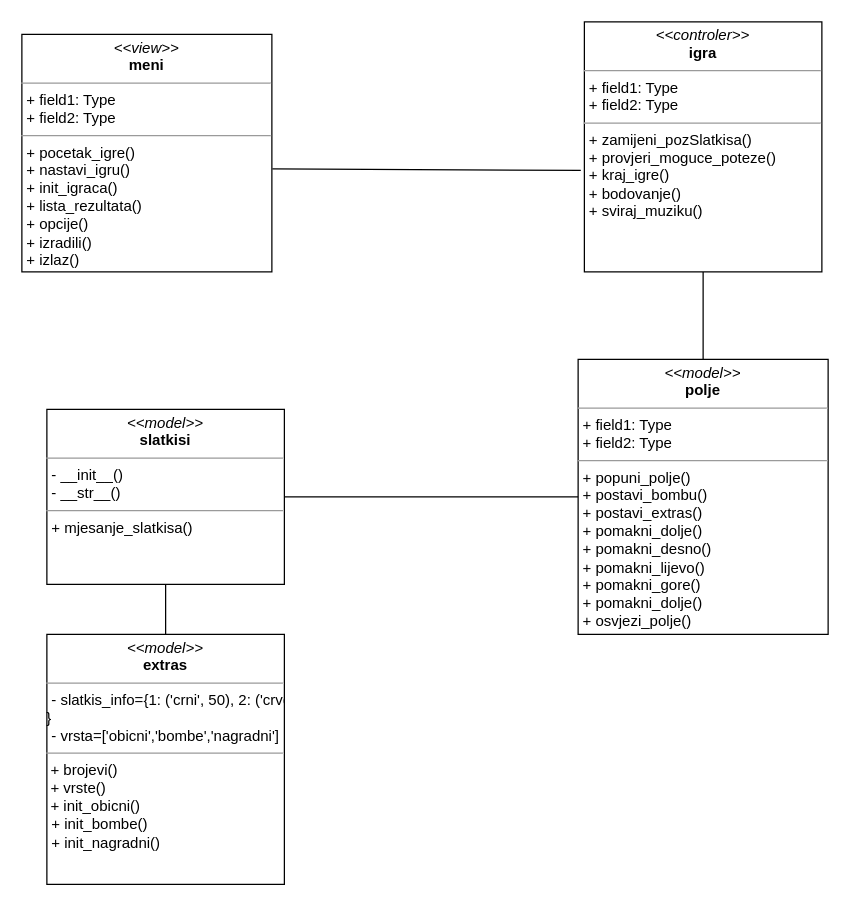
Aytoozi/Match-3-puzzle keeps this draw.io diagram as page "MVC" (7 of 9) of Dijagram.drawio. Above is the earlier version. Source tidied: cells renumbered, new cells numbered last; positions are measured from the earlier drawing's top-left corner, leaving out a move shared by most shapes. Both pictures are drawn from the tidied source at 125%, with x=0, y=0 at pixel (21, 21).
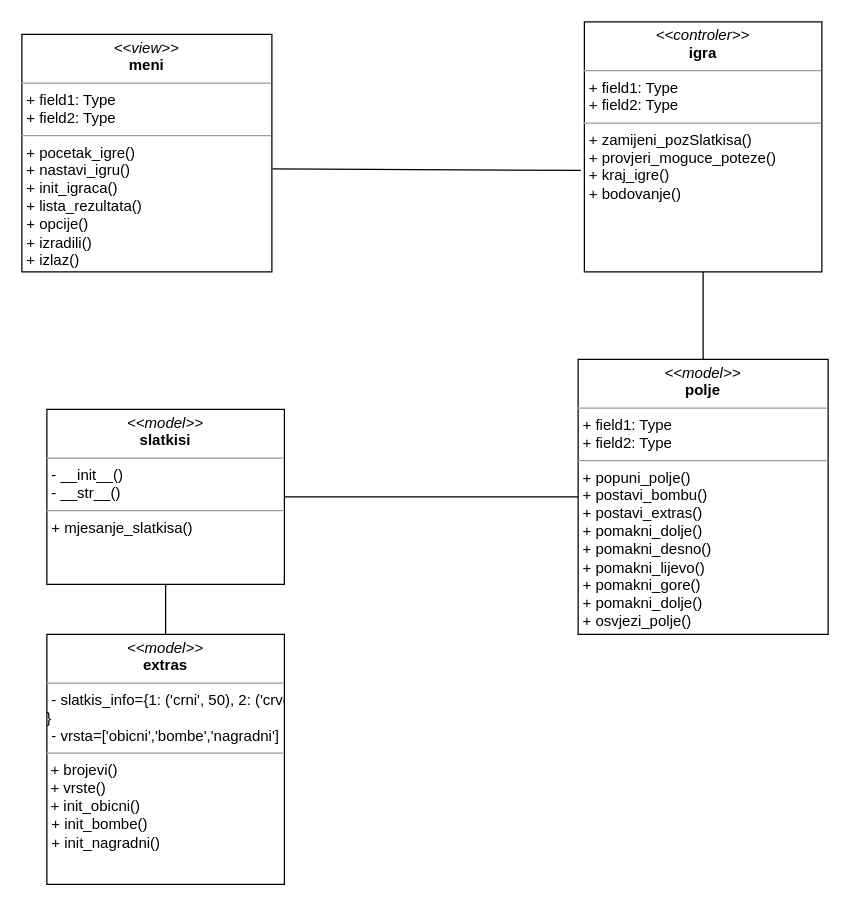
After the change.

Change to the diagram source:
```diff
@@
 <mxGraphModel>
   <root>
     <mxCell id="0" />
     <mxCell id="1" parent="0" />
     <mxCell id="2" value="&lt;p style=&quot;margin: 0px ; margin-top: 4px ; text-align: center&quot;&gt;&lt;i&gt;&amp;lt;&amp;lt;view&amp;gt;&amp;gt;&lt;/i&gt;&lt;br&gt;&lt;b&gt;meni&lt;/b&gt;&lt;/p&gt;&lt;hr size=&quot;1&quot;&gt;&lt;p style=&quot;margin: 0px ; margin-left: 4px&quot;&gt;+ field1: Type&lt;br&gt;+ field2: Type&lt;/p&gt;&lt;hr size=&quot;1&quot;&gt;&lt;p style=&quot;margin: 0px ; margin-left: 4px&quot;&gt;+ pocetak_igre()&lt;/p&gt;&lt;p style=&quot;margin: 0px ; margin-left: 4px&quot;&gt;+ nastavi_igru()&lt;br&gt;+ init_igraca()&lt;/p&gt;&lt;p style=&quot;margin: 0px ; margin-left: 4px&quot;&gt;+ lista_rezultata()&lt;/p&gt;&lt;p style=&quot;margin: 0px ; margin-left: 4px&quot;&gt;+ opcije()&lt;/p&gt;&lt;p style=&quot;margin: 0px ; margin-left: 4px&quot;&gt;+ izradili()&lt;/p&gt;&lt;p style=&quot;margin: 0px ; margin-left: 4px&quot;&gt;+ izlaz()&lt;/p&gt;" style="verticalAlign=top;align=left;overflow=fill;fontSize=12;fontFamily=Helvetica;html=1;" parent="1" vertex="1">
       <mxGeometry y="10" width="200" height="190" as="geometry" />
     </mxCell>
     <mxCell id="3" value="&lt;p style=&quot;margin: 0px ; margin-top: 4px ; text-align: center&quot;&gt;&lt;i&gt;&amp;lt;&amp;lt;model&amp;gt;&amp;gt;&lt;/i&gt;&lt;br&gt;&lt;b&gt;polje&lt;/b&gt;&lt;/p&gt;&lt;hr size=&quot;1&quot;&gt;&lt;p style=&quot;margin: 0px ; margin-left: 4px&quot;&gt;+ field1: Type&lt;br&gt;+ field2: Type&lt;/p&gt;&lt;hr size=&quot;1&quot;&gt;&lt;p style=&quot;margin: 0px ; margin-left: 4px&quot;&gt;+ popuni_polje()&lt;/p&gt;&lt;p style=&quot;margin: 0px ; margin-left: 4px&quot;&gt;+ postavi_bombu()&lt;/p&gt;&lt;p style=&quot;margin: 0px ; margin-left: 4px&quot;&gt;+ postavi_extras()&lt;/p&gt;&lt;p style=&quot;margin: 0px ; margin-left: 4px&quot;&gt;+ pomakni_dolje()&lt;/p&gt;&lt;p style=&quot;margin: 0px ; margin-left: 4px&quot;&gt;+ pomakni_desno()&lt;/p&gt;&lt;p style=&quot;margin: 0px ; margin-left: 4px&quot;&gt;+ pomakni_lijevo()&lt;br&gt;&lt;/p&gt;&lt;p style=&quot;margin: 0px ; margin-left: 4px&quot;&gt;+ pomakni_gore()&lt;br&gt;&lt;/p&gt;&lt;p style=&quot;margin: 0px ; margin-left: 4px&quot;&gt;+ pomakni_dolje()&lt;br&gt;&lt;/p&gt;&lt;p style=&quot;margin: 0px ; margin-left: 4px&quot;&gt;+ osvjezi_polje()&lt;/p&gt;" style="verticalAlign=top;align=left;overflow=fill;fontSize=12;fontFamily=Helvetica;html=1;" parent="1" vertex="1">
       <mxGeometry x="445" y="270" width="200" height="220" as="geometry" />
     </mxCell>
     <mxCell id="4" value="&lt;p style=&quot;margin: 0px ; margin-top: 4px ; text-align: center&quot;&gt;&lt;i&gt;&amp;lt;&amp;lt;&lt;/i&gt;&lt;i&gt;model&lt;/i&gt;&lt;i&gt;&amp;gt;&amp;gt;&lt;/i&gt;&lt;br&gt;&lt;b&gt;slatkisi&lt;/b&gt;&lt;/p&gt;&lt;hr size=&quot;1&quot;&gt;&lt;p style=&quot;margin: 0px ; margin-left: 4px&quot;&gt;- __init__()&lt;br&gt;- __str__()&lt;/p&gt;&lt;hr size=&quot;1&quot;&gt;&lt;p style=&quot;margin: 0px ; margin-left: 4px&quot;&gt;+ mjesanje_slatkisa()&lt;/p&gt;&lt;p style=&quot;margin: 0px ; margin-left: 4px&quot;&gt;&lt;br&gt;&lt;/p&gt;" style="verticalAlign=top;align=left;overflow=fill;fontSize=12;fontFamily=Helvetica;html=1;" parent="1" vertex="1">
       <mxGeometry x="20" y="310" width="190" height="140" as="geometry" />
     </mxCell>
-    <mxCell id="5" value="&lt;p style=&quot;margin: 0px ; margin-top: 4px ; text-align: center&quot;&gt;&lt;i&gt;&amp;lt;&amp;lt;controler&amp;gt;&amp;gt;&lt;/i&gt;&lt;br&gt;&lt;b&gt;igra&lt;/b&gt;&lt;/p&gt;&lt;hr size=&quot;1&quot;&gt;&lt;p style=&quot;margin: 0px ; margin-left: 4px&quot;&gt;+ field1: Type&lt;br&gt;+ field2: Type&lt;/p&gt;&lt;hr size=&quot;1&quot;&gt;&lt;p style=&quot;margin: 0px ; margin-left: 4px&quot;&gt;+ zamijeni_pozSlatkisa()&lt;/p&gt;&lt;p style=&quot;margin: 0px ; margin-left: 4px&quot;&gt;+ provjeri_moguce_poteze()&lt;/p&gt;&lt;p style=&quot;margin: 0px ; margin-left: 4px&quot;&gt;+ kraj_igre()&lt;/p&gt;&lt;p style=&quot;margin: 0px ; margin-left: 4px&quot;&gt;+ bodovanje()&lt;/p&gt;&lt;p style=&quot;margin: 0px ; margin-left: 4px&quot;&gt;+ sviraj_muziku()&lt;/p&gt;" style="verticalAlign=top;align=left;overflow=fill;fontSize=12;fontFamily=Helvetica;html=1;" parent="1" vertex="1">
+    <mxCell id="5" value="&lt;p style=&quot;margin: 0px ; margin-top: 4px ; text-align: center&quot;&gt;&lt;i&gt;&amp;lt;&amp;lt;controler&amp;gt;&amp;gt;&lt;/i&gt;&lt;br&gt;&lt;b&gt;igra&lt;/b&gt;&lt;/p&gt;&lt;hr size=&quot;1&quot;&gt;&lt;p style=&quot;margin: 0px ; margin-left: 4px&quot;&gt;+ field1: Type&lt;br&gt;+ field2: Type&lt;/p&gt;&lt;hr size=&quot;1&quot;&gt;&lt;p style=&quot;margin: 0px ; margin-left: 4px&quot;&gt;+ zamijeni_pozSlatkisa()&lt;/p&gt;&lt;p style=&quot;margin: 0px ; margin-left: 4px&quot;&gt;+ provjeri_moguce_poteze()&lt;/p&gt;&lt;p style=&quot;margin: 0px ; margin-left: 4px&quot;&gt;+ kraj_igre()&lt;/p&gt;&lt;p style=&quot;margin: 0px ; margin-left: 4px&quot;&gt;+ bodovanje()&lt;/p&gt;&lt;p style=&quot;margin: 0px ; margin-left: 4px&quot;&gt;&lt;br&gt;&lt;/p&gt;" style="verticalAlign=top;align=left;overflow=fill;fontSize=12;fontFamily=Helvetica;html=1;" parent="1" vertex="1">
       <mxGeometry x="450" width="190" height="200" as="geometry" />
     </mxCell>
     <mxCell id="6" value="&lt;p style=&quot;margin: 0px ; margin-top: 4px ; text-align: center&quot;&gt;&lt;i&gt;&amp;lt;&amp;lt;model&amp;gt;&amp;gt;&lt;/i&gt;&lt;br&gt;&lt;b&gt;extras&lt;/b&gt;&lt;/p&gt;&lt;hr size=&quot;1&quot;&gt;&lt;p style=&quot;margin: 0px ; margin-left: 4px&quot;&gt;- slatkis_info=&lt;span&gt;{&lt;/span&gt;&lt;span&gt;1: ('crni', 50),&amp;nbsp;&lt;/span&gt;&lt;span&gt;2: ('crveni', 100),&amp;nbsp;&lt;/span&gt;&lt;span&gt;3: ('plavi', 150)&lt;/span&gt;&lt;/p&gt;}&lt;p style=&quot;margin: 0px ; margin-left: 4px&quot;&gt;&lt;span&gt;- vrsta=['obicni','bombe','nagradni']&lt;/span&gt;&lt;/p&gt;&lt;hr size=&quot;1&quot;&gt;&amp;nbsp;+ brojevi()&lt;br&gt;&amp;nbsp;+ vrste()&lt;br&gt;&amp;nbsp;+ init_obicni()&lt;p style=&quot;margin: 0px ; margin-left: 4px&quot;&gt;+ init_bombe()&lt;/p&gt;&lt;p style=&quot;margin: 0px ; margin-left: 4px&quot;&gt;+ init_nagradni()&lt;/p&gt;" style="verticalAlign=top;align=left;overflow=fill;fontSize=12;fontFamily=Helvetica;html=1;" parent="1" vertex="1">
       <mxGeometry x="20" y="490" width="190" height="200" as="geometry" />
     </mxCell>
     <mxCell id="7" style="endArrow=none;html=1;entryX=-0.015;entryY=0.594;entryDx=0;entryDy=0;entryPerimeter=0;exitX=1.002;exitY=0.566;exitDx=0;exitDy=0;exitPerimeter=0;" parent="1" edge="1" source="2" target="5">
       <mxGeometry relative="1" as="geometry" />
     </mxCell>
     <mxCell id="8" style="endArrow=none;html=1;exitX=1;exitY=0.5;exitDx=0;exitDy=0;entryX=0;entryY=0.5;entryDx=0;entryDy=0;" parent="1" edge="1" source="4" target="3">
       <mxGeometry relative="1" as="geometry" />
     </mxCell>
     <mxCell id="9" style="endArrow=none;html=1;entryX=0.5;entryY=1;entryDx=0;entryDy=0;exitX=0.5;exitY=0;exitDx=0;exitDy=0;" parent="1" edge="1" source="3" target="5">
       <mxGeometry relative="1" as="geometry" />
     </mxCell>
     <mxCell id="10" style="endArrow=none;html=1;entryX=0.5;entryY=1;entryDx=0;entryDy=0;exitX=0.5;exitY=0;exitDx=0;exitDy=0;" parent="1" edge="1" source="6" target="4">
       <mxGeometry relative="1" as="geometry" />
     </mxCell>
   </root>
 </mxGraphModel>
```
